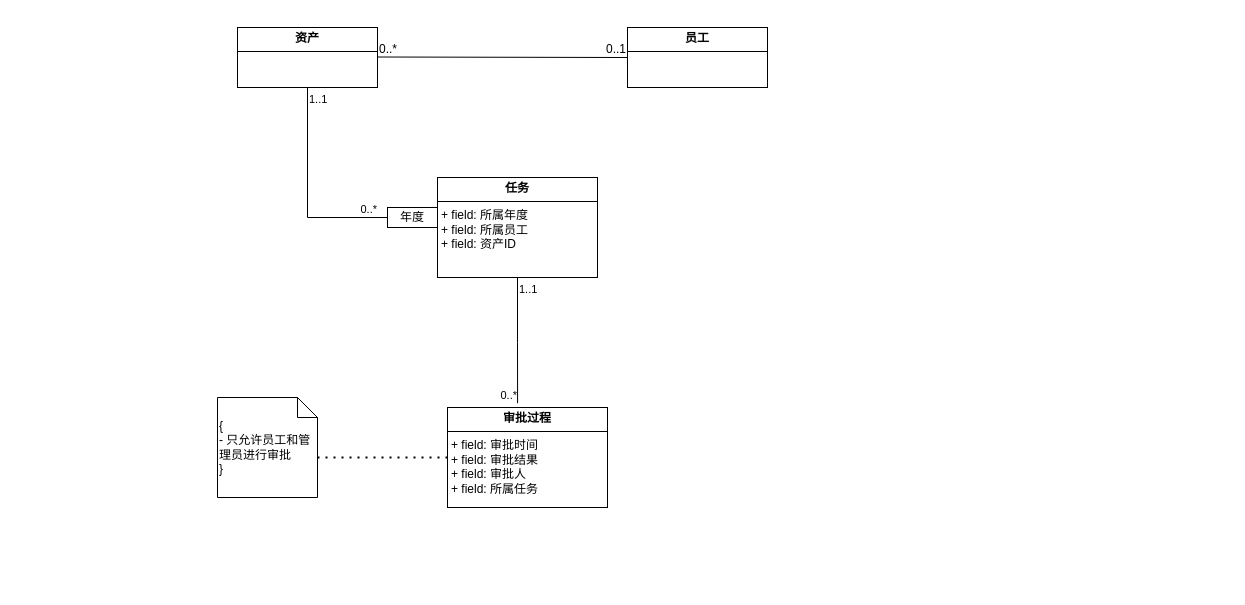
Earlier version of the draw.io diagram 未命名绘图.drawio (wangxiaochuang/drawio). Source tidied: cells renumbered, new cells numbered last; positions are measured from the earlier drawing's top-left corner, leaving out a move shared by most shapes. Both pictures are drawn from the tidied source at 100%, with x=0, y=0 at pixel (217, 27).
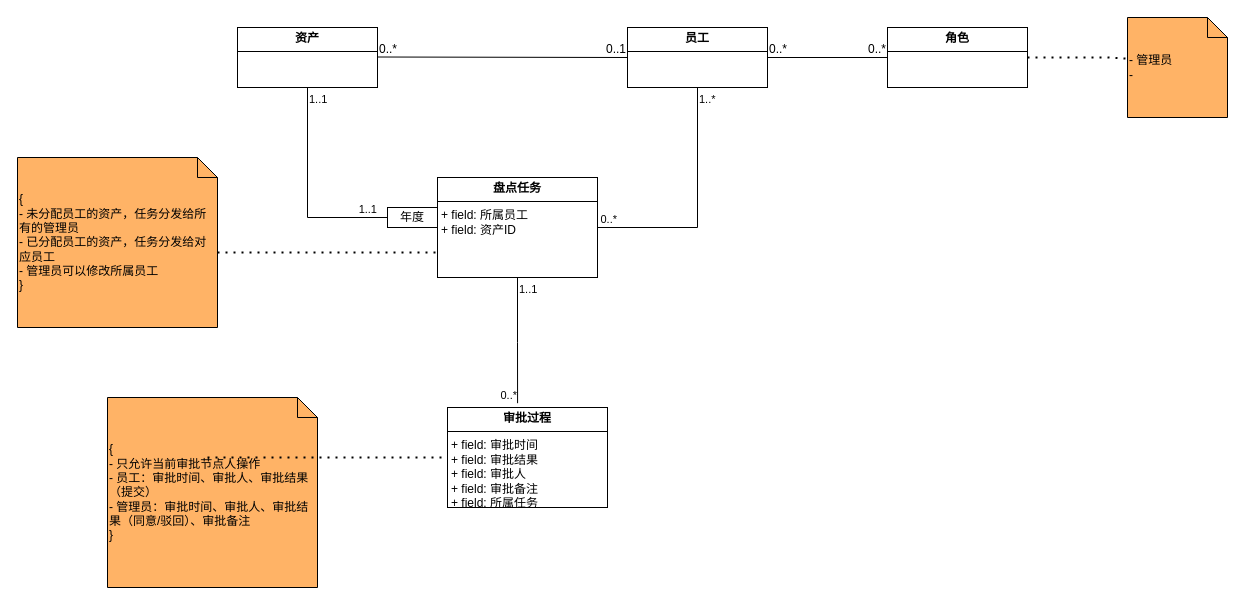
The same diagram, later.

Commit message:
更新未命名绘图.drawio

Unchanged cells that the change refers to:
```xml
<mxCell id="3" value="&lt;p style=&quot;margin:0px;margin-top:4px;text-align:center;&quot;&gt;&lt;b&gt;员工&lt;/b&gt;&lt;/p&gt;&lt;hr size=&quot;1&quot; style=&quot;border-style:solid;&quot;&gt;&lt;div style=&quot;height:2px;&quot;&gt;&lt;/div&gt;" style="verticalAlign=top;align=left;overflow=fill;html=1;whiteSpace=wrap;" parent="1" vertex="1">
  <mxGeometry x="410" width="140" height="60" as="geometry" />
</mxCell>
<mxCell id="8" style="endArrow=none;html=1;edgeStyle=orthogonalEdgeStyle;rounded=0;exitX=0.5;exitY=1;exitDx=0;exitDy=0;entryX=0;entryY=0.5;entryDx=0;entryDy=0;" parent="1" edge="1" source="2" target="17">
  <mxGeometry relative="1" as="geometry" />
</mxCell>
```

The edit, as a diff of the source:
```diff
@@
-    <mxCell id="7" value="&lt;p style=&quot;margin:0px;margin-top:4px;text-align:center;&quot;&gt;&lt;b&gt;任务&lt;/b&gt;&lt;/p&gt;&lt;hr size=&quot;1&quot; style=&quot;border-style:solid;&quot;&gt;&lt;p style=&quot;margin:0px;margin-left:4px;&quot;&gt;+ field: 所属年度&lt;/p&gt;&lt;p style=&quot;margin:0px;margin-left:4px;&quot;&gt;+ field: 所属员工&lt;/p&gt;&lt;p style=&quot;margin:0px;margin-left:4px;&quot;&gt;+ field: 资产ID&lt;/p&gt;" style="verticalAlign=top;align=left;overflow=fill;html=1;whiteSpace=wrap;" parent="1" vertex="1">
+    <mxCell id="7" value="&lt;p style=&quot;margin:0px;margin-top:4px;text-align:center;&quot;&gt;&lt;b&gt;盘点任务&lt;/b&gt;&lt;/p&gt;&lt;hr size=&quot;1&quot; style=&quot;border-style:solid;&quot;&gt;&lt;p style=&quot;margin:0px;margin-left:4px;&quot;&gt;&lt;span style=&quot;background-color: initial;&quot;&gt;+ field: 所属员工&lt;/span&gt;&lt;br&gt;&lt;/p&gt;&lt;p style=&quot;margin:0px;margin-left:4px;&quot;&gt;+ field: 资产ID&lt;/p&gt;" style="verticalAlign=top;align=left;overflow=fill;html=1;whiteSpace=wrap;" parent="1" vertex="1">
       <mxGeometry x="220" y="150" width="160" height="100" as="geometry" />
     </mxCell>
@@
-    <mxCell id="10" value="0..*" style="edgeLabel;html=1;align=right;verticalAlign=bottom;" parent="8" vertex="1">
+    <mxCell id="10" value="1..1" style="edgeLabel;html=1;align=right;verticalAlign=bottom;" parent="8" vertex="1">
       <mxGeometry x="1" relative="1" as="geometry">
         <mxPoint x="-10" as="offset" />
       </mxGeometry>
     </mxCell>
-    <mxCell id="11" value="&lt;p style=&quot;margin:0px;margin-top:4px;text-align:center;&quot;&gt;&lt;b&gt;审批过程&lt;/b&gt;&lt;/p&gt;&lt;hr size=&quot;1&quot; style=&quot;border-style:solid;&quot;&gt;&lt;p style=&quot;margin:0px;margin-left:4px;&quot;&gt;+ field: 审批时间&lt;/p&gt;&lt;p style=&quot;margin:0px;margin-left:4px;&quot;&gt;+ field: 审批结果&lt;/p&gt;&lt;p style=&quot;margin:0px;margin-left:4px;&quot;&gt;+ field: 审批人&lt;/p&gt;&lt;p style=&quot;margin:0px;margin-left:4px;&quot;&gt;+ field: 所属任务&lt;/p&gt;" style="verticalAlign=top;align=left;overflow=fill;html=1;whiteSpace=wrap;" parent="1" vertex="1">
+    <mxCell id="11" value="&lt;p style=&quot;margin:0px;margin-top:4px;text-align:center;&quot;&gt;&lt;b&gt;审批过程&lt;/b&gt;&lt;/p&gt;&lt;hr size=&quot;1&quot; style=&quot;border-style:solid;&quot;&gt;&lt;p style=&quot;margin:0px;margin-left:4px;&quot;&gt;+ field: 审批时间&lt;/p&gt;&lt;p style=&quot;margin:0px;margin-left:4px;&quot;&gt;+ field: 审批结果&lt;/p&gt;&lt;p style=&quot;margin:0px;margin-left:4px;&quot;&gt;+ field: 审批人&lt;/p&gt;&lt;p style=&quot;margin:0px;margin-left:4px;&quot;&gt;+ field: 审批备注&lt;/p&gt;&lt;p style=&quot;margin:0px;margin-left:4px;&quot;&gt;+ field: 所属任务&lt;/p&gt;" style="verticalAlign=top;align=left;overflow=fill;html=1;whiteSpace=wrap;" parent="1" vertex="1">
       <mxGeometry x="230" y="380" width="160" height="100" as="geometry" />
     </mxCell>
@@
-    <mxCell id="15" value="{&lt;div&gt;- 只允许员工和管理员进行审批&lt;br&gt;&lt;div&gt;}&lt;/div&gt;&lt;/div&gt;" style="shape=note;size=20;whiteSpace=wrap;html=1;align=left;" parent="1" vertex="1">
-      <mxGeometry y="370" width="100" height="100" as="geometry" />
+    <mxCell id="15" value="{&lt;div&gt;- 只允许当前审批节点人操作&lt;br&gt;&lt;div&gt;&lt;span style=&quot;background-color: initial;&quot;&gt;- 员工：审批时间、审批人、审批结果（提交）&lt;/span&gt;&lt;/div&gt;&lt;div&gt;- 管理员：审批时间、审批人、审批结果（同意/驳回）、审批备注&lt;/div&gt;&lt;div&gt;}&lt;/div&gt;&lt;/div&gt;" style="shape=note;size=20;whiteSpace=wrap;html=1;align=left;fillColor=#FFB366;" parent="1" vertex="1">
+      <mxGeometry x="-110" y="370" width="210" height="190" as="geometry" />
     </mxCell>
@@
+    <mxCell id="18" value="&lt;p style=&quot;margin:0px;margin-top:4px;text-align:center;&quot;&gt;&lt;b&gt;角色&lt;/b&gt;&lt;/p&gt;&lt;hr size=&quot;1&quot; style=&quot;border-style:solid;&quot;&gt;&lt;div style=&quot;height:2px;&quot;&gt;&lt;/div&gt;" style="verticalAlign=top;align=left;overflow=fill;html=1;whiteSpace=wrap;" parent="1" vertex="1">
+      <mxGeometry x="670" width="140" height="60" as="geometry" />
+    </mxCell>
+    <mxCell id="19" style="endArrow=none;html=1;rounded=0;entryX=0;entryY=0.5;entryDx=0;entryDy=0;exitX=1;exitY=0.5;exitDx=0;exitDy=0;" parent="1" edge="1" source="3" target="18">
+      <mxGeometry relative="1" as="geometry" />
+    </mxCell>
+    <mxCell id="20" value="0..*" style="html=1;whiteSpace=wrap;align=left;verticalAlign=bottom;" parent="19" vertex="1">
+      <mxGeometry x="-1" relative="1" as="geometry" />
+    </mxCell>
+    <mxCell id="21" value="0..*" style="html=1;whiteSpace=wrap;align=right;verticalAlign=bottom;" parent="19" vertex="1">
+      <mxGeometry x="1" relative="1" as="geometry" />
+    </mxCell>
+    <mxCell id="22" value="- 管理员&lt;div&gt;-&amp;nbsp;&lt;/div&gt;" style="shape=note;size=20;whiteSpace=wrap;html=1;align=left;fillColor=#FFB366;" parent="1" vertex="1">
+      <mxGeometry x="910" y="-10" width="100" height="100" as="geometry" />
+    </mxCell>
+    <mxCell id="23" style="endArrow=none;dashed=1;html=1;dashPattern=1 3;strokeWidth=2;rounded=0;exitX=1;exitY=0.5;exitDx=0;exitDy=0;entryX=0.017;entryY=0.413;entryDx=0;entryDy=0;entryPerimeter=0;" parent="1" edge="1" source="18" target="22">
+      <mxGeometry relative="1" as="geometry">
+        <Array as="points">
+          <mxPoint x="890" y="30" />
+        </Array>
+      </mxGeometry>
+    </mxCell>
+    <mxCell id="24" style="endArrow=none;html=1;edgeStyle=orthogonalEdgeStyle;rounded=0;exitX=0.5;exitY=1;exitDx=0;exitDy=0;entryX=1;entryY=0.5;entryDx=0;entryDy=0;" parent="1" edge="1" source="3" target="7">
+      <mxGeometry relative="1" as="geometry" />
+    </mxCell>
+    <mxCell id="25" value="1..*" style="edgeLabel;html=1;align=left;verticalAlign=bottom;" parent="24" vertex="1">
+      <mxGeometry x="-1" relative="1" as="geometry">
+        <mxPoint y="20" as="offset" />
+      </mxGeometry>
+    </mxCell>
+    <mxCell id="26" value="0..*" style="edgeLabel;html=1;align=right;verticalAlign=bottom;" parent="24" vertex="1">
+      <mxGeometry x="1" relative="1" as="geometry">
+        <mxPoint x="20" as="offset" />
+      </mxGeometry>
+    </mxCell>
+    <mxCell id="27" value="{&lt;div&gt;- 未分配员工的资产，任务分发给所有的管理员&lt;/div&gt;&lt;div&gt;- 已分配员工的资产，任务分发给对应员工&lt;/div&gt;&lt;div&gt;- 管理员可以修改所属员工&lt;br&gt;&lt;div&gt;}&lt;/div&gt;&lt;/div&gt;" style="shape=note;size=20;whiteSpace=wrap;html=1;align=left;fillColor=#FFB366;" parent="1" vertex="1">
+      <mxGeometry x="-200" y="130" width="200" height="170" as="geometry" />
+    </mxCell>
+    <mxCell id="28" style="endArrow=none;dashed=1;html=1;dashPattern=1 3;strokeWidth=2;rounded=0;exitX=0;exitY=0;exitDx=200;exitDy=95;exitPerimeter=0;entryX=0;entryY=0.75;entryDx=0;entryDy=0;" parent="1" edge="1" source="27" target="7">
+      <mxGeometry relative="1" as="geometry" />
+    </mxCell>
```
